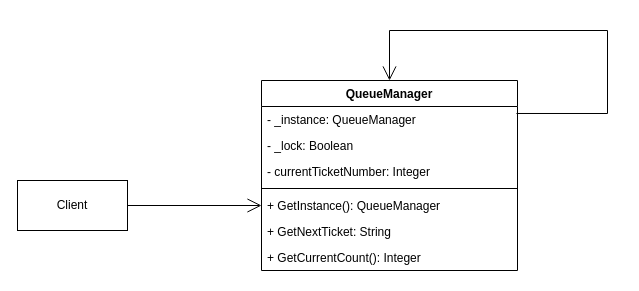
Earlier version of the draw.io diagram lab01/singleton.drawio (lizachi1/Object-oriented-analysis-and-design-2). Source tidied: cells renumbered, new cells numbered last; positions are measured from the earlier drawing's top-left corner, leaving out a move shared by most shapes. Both pictures are drawn from the tidied source at 100%, with x=0, y=0 at pixel (17, 30).
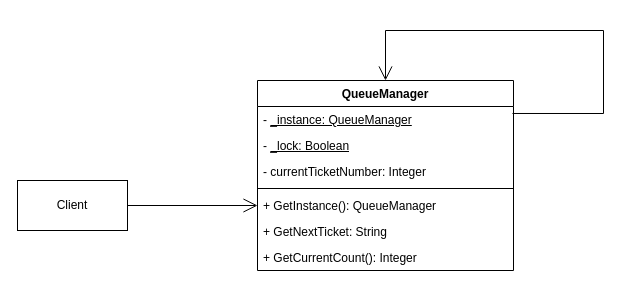
Above is the later version.

Commit message (it also covers changes not shown here):
изменила диаграмму классов

What changed in the source:
```diff
@@
 <mxGraphModel>
   <root>
     <mxCell id="0" />
     <mxCell id="1" parent="0" />
     <mxCell id="2" value="QueueManager" style="swimlane;fontStyle=1;align=center;verticalAlign=top;horizontal=1;startSize=26;whiteSpace=wrap;html=1;" parent="1" vertex="1">
-      <mxGeometry x="244" y="50" width="256" height="190" as="geometry" />
+      <mxGeometry x="240" y="50" width="256" height="190" as="geometry" />
     </mxCell>
-    <mxCell id="3" value="-&amp;nbsp;_instance: QueueManager" style="text;strokeColor=none;fillColor=none;align=left;verticalAlign=top;spacingLeft=4;spacingRight=4;overflow=hidden;points=[[0,0.5],[1,0.5]];portConstraint=eastwest;whiteSpace=wrap;html=1;" parent="2" vertex="1">
+    <mxCell id="3" value="-&amp;nbsp;&lt;u&gt;_instance: QueueManager&lt;/u&gt;" style="text;strokeColor=none;fillColor=none;align=left;verticalAlign=top;spacingLeft=4;spacingRight=4;overflow=hidden;points=[[0,0.5],[1,0.5]];portConstraint=eastwest;whiteSpace=wrap;html=1;" parent="2" vertex="1">
       <mxGeometry y="26" width="256" height="26" as="geometry" />
     </mxCell>
     <mxCell id="4" style="endArrow=open;endFill=1;endSize=12;html=1;rounded=0;exitX=0.996;exitY=0.269;exitDx=0;exitDy=0;exitPerimeter=0;entryX=0.5;entryY=0;entryDx=0;entryDy=0;" parent="2" edge="1" source="3" target="2">
       <mxGeometry relative="1" as="geometry">
         <Array as="points">
           <mxPoint x="346" y="33" />
           <mxPoint x="346" y="-50" />
           <mxPoint x="128" y="-50" />
         </Array>
       </mxGeometry>
     </mxCell>
-    <mxCell id="5" value="- _lock: Boolean" style="text;strokeColor=none;fillColor=none;align=left;verticalAlign=top;spacingLeft=4;spacingRight=4;overflow=hidden;whiteSpace=wrap;html=1;" parent="2" vertex="1">
+    <mxCell id="5" value="- &lt;u&gt;_lock: Boolean&lt;/u&gt;" style="text;strokeColor=none;fillColor=none;align=left;verticalAlign=top;spacingLeft=4;spacingRight=4;overflow=hidden;whiteSpace=wrap;html=1;" parent="2" vertex="1">
       <mxGeometry y="52" width="256" height="26" as="geometry" />
     </mxCell>
     <mxCell id="6" value="- currentTicketNumber: Integer" style="text;strokeColor=none;fillColor=none;align=left;verticalAlign=top;spacingLeft=4;spacingRight=4;overflow=hidden;whiteSpace=wrap;html=1;" parent="2" vertex="1">
       <mxGeometry y="78" width="256" height="26" as="geometry" />
     </mxCell>
     <mxCell id="7" style="line;strokeWidth=1;fillColor=none;align=left;verticalAlign=middle;spacingTop=-1;spacingLeft=3;spacingRight=3;labelPosition=right;strokeColor=inherit;" parent="2" vertex="1">
       <mxGeometry y="104" width="256" height="8" as="geometry" />
     </mxCell>
     <mxCell id="8" value="+ GetInstance(): QueueManager" style="text;strokeColor=none;fillColor=none;align=left;verticalAlign=top;spacingLeft=4;spacingRight=4;overflow=hidden;points=[[0,0.5],[1,0.5]];portConstraint=eastwest;whiteSpace=wrap;html=1;" parent="2" vertex="1">
       <mxGeometry y="112" width="256" height="26" as="geometry" />
     </mxCell>
     <mxCell id="9" value="+ GetNextTicket: String" style="text;strokeColor=none;fillColor=none;align=left;verticalAlign=top;spacingLeft=4;spacingRight=4;overflow=hidden;whiteSpace=wrap;html=1;" parent="2" vertex="1">
       <mxGeometry y="138" width="256" height="26" as="geometry" />
     </mxCell>
     <mxCell id="10" value="+ GetCurrentCount(): Integer" style="text;strokeColor=none;fillColor=none;align=left;verticalAlign=top;spacingLeft=4;spacingRight=4;overflow=hidden;whiteSpace=wrap;html=1;" parent="2" vertex="1">
       <mxGeometry y="164" width="256" height="26" as="geometry" />
     </mxCell>
     <mxCell id="11" value="Client" style="html=1;whiteSpace=wrap;" parent="1" vertex="1">
       <mxGeometry y="150" width="110" height="50" as="geometry" />
     </mxCell>
     <mxCell id="12" style="endArrow=open;endFill=1;endSize=12;html=1;rounded=0;exitX=1;exitY=0.5;exitDx=0;exitDy=0;entryX=0;entryY=0.5;entryDx=0;entryDy=0;" parent="1" edge="1" source="11" target="8">
       <mxGeometry relative="1" as="geometry" />
     </mxCell>
   </root>
 </mxGraphModel>
```
